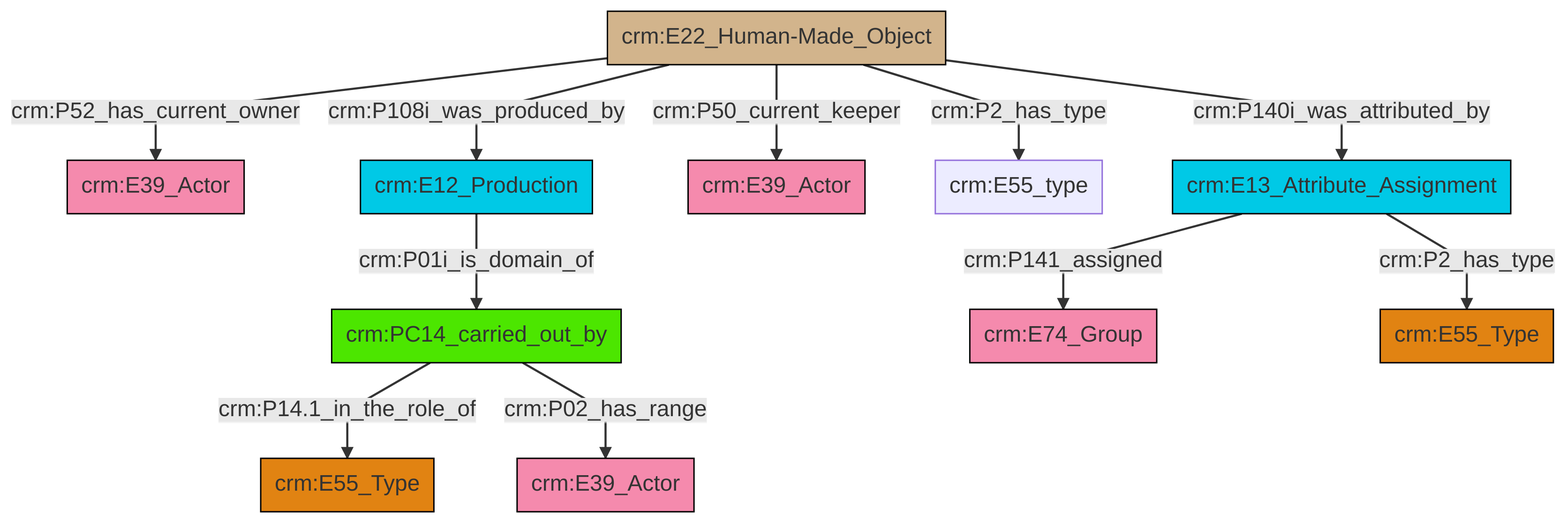
This is et/artworkCSV/ttl/mmd/png/Artwork_Actor_Relations.png from swiss-art-research-net/docs.swissartresearch, a Mermaid export, as it was before one commit. Its source is kept beside it as et/artworkCSV/ttl/mmd/Artwork_Actor_Relations.ttl.mmd.
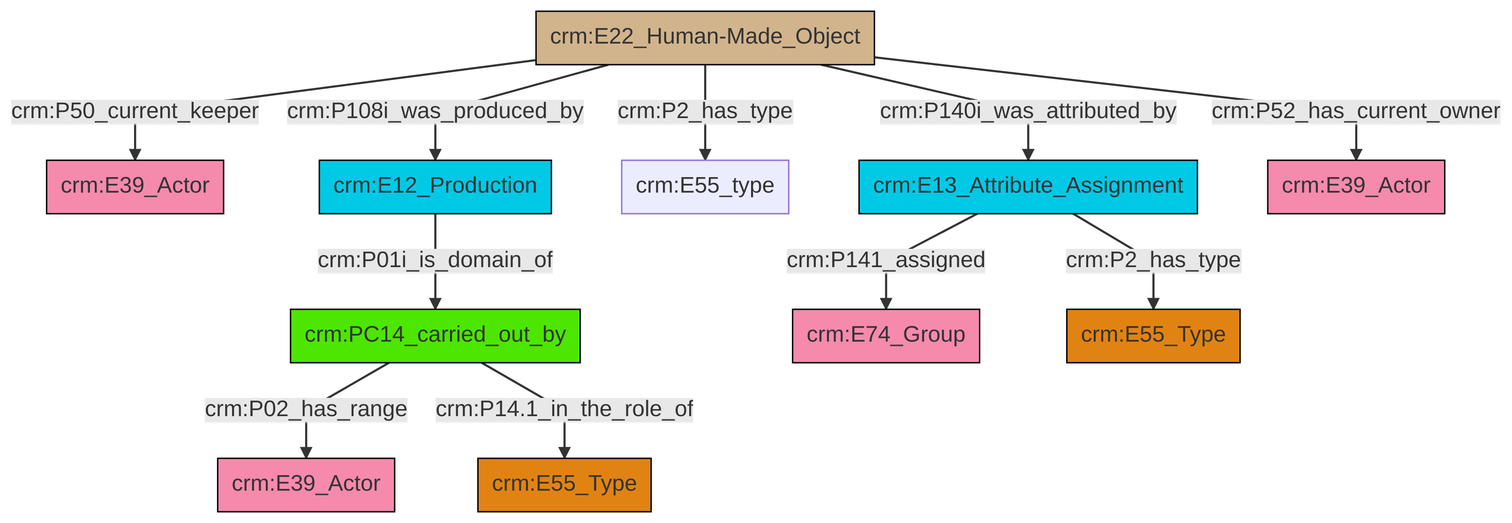
After the change.

What changed in the source:
```diff
@@ -13,13 +13,13 @@
 classDef PC_Classes fill:#4ce600, stroke:#000000;
 classDef Multi fill:#cccccc,stroke:#000000;
 
-2["crm:E22_Human-Made_Object"]:::Physical_Thing -->|crm:P140i_was_attributed_by| 3["crm:E13_Attribute_Assignment"]:::Temporal_Entity
-8["crm:PC14_carried_out_by"]:::PC_Classes -->|crm:P14.1_in_the_role_of| 9["crm:E55_Type"]:::Type
-3["crm:E13_Attribute_Assignment"]:::Temporal_Entity -->|crm:P141_assigned| 10["crm:E74_Group"]:::Actor
-2["crm:E22_Human-Made_Object"]:::Physical_Thing -->|crm:P52_has_current_owner| 0["crm:E39_Actor"]:::Actor
-2["crm:E22_Human-Made_Object"]:::Physical_Thing -->|crm:P50_current_keeper| 4["crm:E39_Actor"]:::Actor
-19["crm:E12_Production"]:::Temporal_Entity -->|crm:P01i_is_domain_of| 8["crm:PC14_carried_out_by"]:::PC_Classes
-2["crm:E22_Human-Made_Object"]:::Physical_Thing -->|crm:P2_has_type| 15["crm:E55_type"]:::Default
-2["crm:E22_Human-Made_Object"]:::Physical_Thing -->|crm:P108i_was_produced_by| 19["crm:E12_Production"]:::Temporal_Entity
-3["crm:E13_Attribute_Assignment"]:::Temporal_Entity -->|crm:P2_has_type| 11["crm:E55_Type"]:::Type
-8["crm:PC14_carried_out_by"]:::PC_Classes -->|crm:P02_has_range| 6["crm:E39_Actor"]:::Actor
+0["crm:PC14_carried_out_by"]:::PC_Classes -->|crm:P02_has_range| 1["crm:E39_Actor"]:::Actor
+12["crm:E13_Attribute_Assignment"]:::Temporal_Entity -->|crm:P141_assigned| 10["crm:E74_Group"]:::Actor
+8["crm:E22_Human-Made_Object"]:::Physical_Thing -->|crm:P108i_was_produced_by| 4["crm:E12_Production"]:::Temporal_Entity
+8["crm:E22_Human-Made_Object"]:::Physical_Thing -->|crm:P50_current_keeper| 2["crm:E39_Actor"]:::Actor
+4["crm:E12_Production"]:::Temporal_Entity -->|crm:P01i_is_domain_of| 0["crm:PC14_carried_out_by"]:::PC_Classes
+8["crm:E22_Human-Made_Object"]:::Physical_Thing -->|crm:P2_has_type| 6["crm:E55_type"]:::Default
+8["crm:E22_Human-Made_Object"]:::Physical_Thing -->|crm:P140i_was_attributed_by| 12["crm:E13_Attribute_Assignment"]:::Temporal_Entity
+8["crm:E22_Human-Made_Object"]:::Physical_Thing -->|crm:P52_has_current_owner| 18["crm:E39_Actor"]:::Actor
+0["crm:PC14_carried_out_by"]:::PC_Classes -->|crm:P14.1_in_the_role_of| 19["crm:E55_Type"]:::Type
+12["crm:E13_Attribute_Assignment"]:::Temporal_Entity -->|crm:P2_has_type| 14["crm:E55_Type"]:::Type
```
